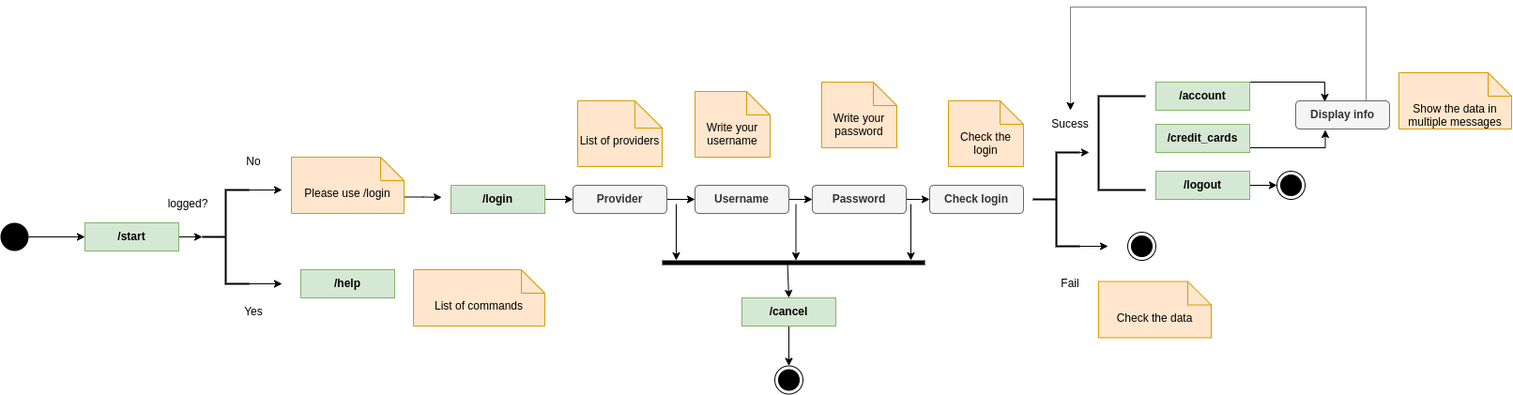
This is PrometeoTelegramDiagram.png from isaac152/prometeo_test_telegram_bot, a draw.io export, as it was before one commit. Source tidied: cells renumbered, new cells last; positions are measured from the earlier drawing's top-left corner, leaving out a move shared by most shapes.
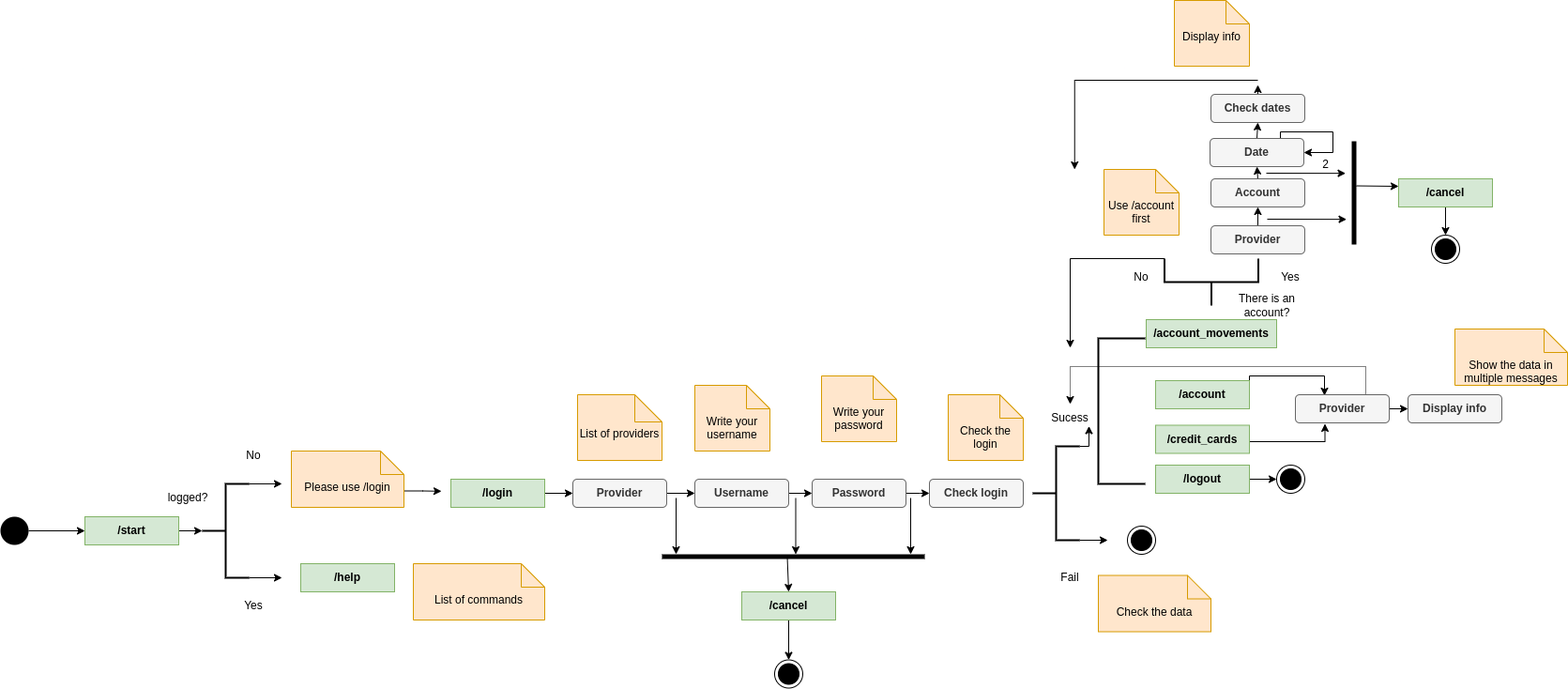
After the change.

Commit message:
added account_movements and fix some errors

The edit, as a diff of the source:
```diff
@@ -25,7 +25,7 @@
       </mxGeometry>
     </mxCell>
     <mxCell id="7" value="&lt;b&gt;/credit_cards&lt;/b&gt;" style="rounded=0;whiteSpace=wrap;html=1;fillColor=#d5e8d4;strokeColor=#82b366;" parent="1" vertex="1">
-      <mxGeometry x="1231" y="125" width="100" height="30" as="geometry" />
+      <mxGeometry x="1231" y="132.5" width="100" height="30" as="geometry" />
     </mxCell>
     <mxCell id="8" style="edgeStyle=orthogonalEdgeStyle;rounded=0;jettySize=auto;html=1;exitX=1;exitY=0.25;exitDx=0;exitDy=0;entryX=0.31;entryY=0.033;entryDx=0;entryDy=0;entryPerimeter=0;" parent="1" edge="1" source="9" target="53">
       <mxGeometry relative="1" as="geometry">
@@ -36,7 +36,7 @@
       </mxGeometry>
     </mxCell>
     <mxCell id="9" value="&lt;b&gt;/account&lt;/b&gt;" style="rounded=0;whiteSpace=wrap;html=1;fillColor=#d5e8d4;strokeColor=#82b366;" parent="1" vertex="1">
-      <mxGeometry x="1231" y="80" width="100" height="30" as="geometry" />
+      <mxGeometry x="1231" y="85" width="100" height="30" as="geometry" />
     </mxCell>
     <mxCell id="10" style="edgeStyle=orthogonalEdgeStyle;rounded=0;jettySize=auto;html=1;exitX=1;exitY=0.5;exitDx=0;exitDy=0;entryX=0;entryY=0.5;entryDx=0;entryDy=0;" parent="1" edge="1" source="11" target="51">
       <mxGeometry relative="1" as="geometry" />
@@ -179,7 +179,7 @@
       <mxGeometry x="1201" y="240" width="30" height="30" as="geometry" />
     </mxCell>
     <mxCell id="50" style="strokeWidth=2;html=1;shape=mxgraph.flowchart.annotation_1;align=left;labelBackgroundColor=none;" parent="1" vertex="1">
-      <mxGeometry x="1170" y="95" width="50" height="100" as="geometry" />
+      <mxGeometry x="1170" y="40" width="50" height="155" as="geometry" />
     </mxCell>
     <mxCell id="51" style="ellipse;html=1;shape=endState;fillColor=#000000;strokeColor=#000000;labelBackgroundColor=none;" parent="1" vertex="1">
       <mxGeometry x="1360" y="175" width="30" height="30" as="geometry" />
@@ -187,16 +187,127 @@
     <mxCell id="52" style="edgeStyle=orthogonalEdgeStyle;rounded=0;jettySize=auto;html=1;exitX=0.75;exitY=0;exitDx=0;exitDy=0;entryX=0.5;entryY=0;entryDx=0;entryDy=0;dashed=1;dashPattern=1 1;" parent="1" edge="1" source="53" target="46">
       <mxGeometry relative="1" as="geometry">
         <Array as="points">
-          <mxPoint x="1455" />
-          <mxPoint x="1140" />
+          <mxPoint x="1455" y="70" />
+          <mxPoint x="1140" y="70" />
         </Array>
       </mxGeometry>
     </mxCell>
+    <mxCell id="55" style="edgeStyle=orthogonalEdgeStyle;rounded=0;jettySize=auto;html=1;exitX=1;exitY=0.5;exitDx=0;exitDy=0;entryX=0;entryY=0.5;entryDx=0;entryDy=0;" parent="1" edge="1" source="53" target="82">
+      <mxGeometry relative="1" as="geometry" />
+    </mxCell>
-    <mxCell id="53" value="&lt;b&gt;Display info&lt;/b&gt;" style="rounded=1;whiteSpace=wrap;html=1;labelBackgroundColor=none;fillColor=#f5f5f5;fontColor=#333333;strokeColor=#666666;" parent="1" vertex="1">
+    <mxCell id="53" value="&lt;b&gt;Provider&lt;/b&gt;" style="rounded=1;whiteSpace=wrap;html=1;labelBackgroundColor=none;fillColor=#f5f5f5;fontColor=#333333;strokeColor=#666666;" parent="1" vertex="1">
       <mxGeometry x="1380" y="100" width="100" height="30" as="geometry" />
     </mxCell>
     <mxCell id="54" value="Show the data in multiple messages" style="shape=note2;boundedLbl=1;whiteSpace=wrap;html=1;size=25;verticalAlign=top;align=center;fillColor=#ffe6cc;strokeColor=#d79b00;" parent="1" vertex="1">
-      <mxGeometry x="1490" y="70" width="120" height="60" as="geometry" />
+      <mxGeometry x="1550" y="30" width="120" height="60" as="geometry" />
     </mxCell>
+    <mxCell id="56" value="&lt;b&gt;/account_movements&lt;/b&gt;" style="rounded=0;whiteSpace=wrap;html=1;fillColor=#d5e8d4;strokeColor=#82b366;" parent="1" vertex="1">
+      <mxGeometry x="1221" y="20" width="139" height="30" as="geometry" />
+    </mxCell>
+    <mxCell id="57" style="strokeWidth=2;html=1;shape=mxgraph.flowchart.annotation_2;align=left;labelPosition=right;labelBackgroundColor=none;rotation=-90;" parent="1" vertex="1">
+      <mxGeometry x="1265.5" y="-70" width="50" height="100" as="geometry" />
+    </mxCell>
+    <mxCell id="58" value="There is an account?" style="text;html=1;strokeColor=none;fillColor=none;align=center;verticalAlign=middle;whiteSpace=wrap;rounded=0;" parent="1" vertex="1">
+      <mxGeometry x="1300" y="-10" width="100" height="30" as="geometry" />
+    </mxCell>
+    <mxCell id="59" value="No" style="text;html=1;strokeColor=none;fillColor=none;align=center;verticalAlign=middle;whiteSpace=wrap;rounded=0;" parent="1" vertex="1">
+      <mxGeometry x="1186" y="-40" width="60" height="30" as="geometry" />
+    </mxCell>
+    <mxCell id="60" value="Yes" style="text;html=1;strokeColor=none;fillColor=none;align=center;verticalAlign=middle;whiteSpace=wrap;rounded=0;" parent="1" vertex="1">
+      <mxGeometry x="1345" y="-40" width="60" height="30" as="geometry" />
+    </mxCell>
+    <mxCell id="61" value="Use /account&lt;br&gt;first" style="shape=note2;boundedLbl=1;whiteSpace=wrap;html=1;size=25;verticalAlign=top;align=center;fillColor=#ffe6cc;strokeColor=#d79b00;" parent="1" vertex="1">
+      <mxGeometry x="1176" y="-140" width="80" height="70" as="geometry" />
+    </mxCell>
+    <mxCell id="62" style="endArrow=classic;html=1;rounded=0;exitX=1;exitY=0;exitDx=0;exitDy=0;exitPerimeter=0;" parent="1" edge="1" source="57">
+      <mxGeometry relative="1" as="geometry">
+        <mxPoint x="1140" y="50" as="targetPoint" />
+        <Array as="points">
+          <mxPoint x="1140" y="-45" />
+        </Array>
+      </mxGeometry>
+    </mxCell>
+    <mxCell id="63" style="edgeStyle=orthogonalEdgeStyle;rounded=0;jettySize=auto;html=1;exitX=0.5;exitY=0;exitDx=0;exitDy=0;entryX=0.5;entryY=1;entryDx=0;entryDy=0;" parent="1" edge="1" source="64" target="66">
+      <mxGeometry relative="1" as="geometry" />
+    </mxCell>
+    <mxCell id="64" value="&lt;b&gt;Provider&lt;/b&gt;" style="rounded=1;whiteSpace=wrap;html=1;labelBackgroundColor=none;fillColor=#f5f5f5;fontColor=#333333;strokeColor=#666666;" parent="1" vertex="1">
+      <mxGeometry x="1290" y="-80" width="100" height="30" as="geometry" />
+    </mxCell>
+    <mxCell id="65" style="edgeStyle=orthogonalEdgeStyle;rounded=0;jettySize=auto;html=1;exitX=0.5;exitY=0;exitDx=0;exitDy=0;entryX=0.5;entryY=1;entryDx=0;entryDy=0;" parent="1" edge="1" source="66" target="69">
+      <mxGeometry relative="1" as="geometry" />
+    </mxCell>
+    <mxCell id="66" value="&lt;b&gt;Account&lt;/b&gt;" style="rounded=1;whiteSpace=wrap;html=1;labelBackgroundColor=none;fillColor=#f5f5f5;fontColor=#333333;strokeColor=#666666;" parent="1" vertex="1">
+      <mxGeometry x="1290" y="-130" width="100" height="30" as="geometry" />
+    </mxCell>
+    <mxCell id="67" style="edgeStyle=orthogonalEdgeStyle;rounded=0;orthogonalLoop=1;jettySize=auto;html=1;exitX=0.75;exitY=0;exitDx=0;exitDy=0;entryX=1;entryY=0.5;entryDx=0;entryDy=0;" parent="1" edge="1" source="69" target="69">
+      <mxGeometry relative="1" as="geometry">
+        <Array as="points">
+          <mxPoint x="1365" y="-180" />
+          <mxPoint x="1420" y="-180" />
+          <mxPoint x="1420" y="-155" />
+        </Array>
+      </mxGeometry>
+    </mxCell>
+    <mxCell id="68" style="edgeStyle=orthogonalEdgeStyle;rounded=0;jettySize=auto;html=1;exitX=0.5;exitY=0;exitDx=0;exitDy=0;entryX=0.5;entryY=1;entryDx=0;entryDy=0;" parent="1" edge="1" source="69" target="71">
+      <mxGeometry relative="1" as="geometry" />
+    </mxCell>
+    <mxCell id="69" value="&lt;b&gt;Date&lt;/b&gt;" style="rounded=1;whiteSpace=wrap;html=1;labelBackgroundColor=none;fillColor=#f5f5f5;fontColor=#333333;strokeColor=#666666;" parent="1" vertex="1">
+      <mxGeometry x="1289" y="-173" width="100" height="30" as="geometry" />
+    </mxCell>
+    <mxCell id="70" style="edgeStyle=orthogonalEdgeStyle;rounded=0;jettySize=auto;html=1;exitX=0.5;exitY=0;exitDx=0;exitDy=0;" parent="1" edge="1" source="71">
+      <mxGeometry relative="1" as="geometry">
+        <mxPoint x="1340" y="-230" as="targetPoint" />
+      </mxGeometry>
+    </mxCell>
+    <mxCell id="71" value="&lt;b&gt;Check dates&lt;/b&gt;" style="rounded=1;whiteSpace=wrap;html=1;labelBackgroundColor=none;fillColor=#f5f5f5;fontColor=#333333;strokeColor=#666666;" parent="1" vertex="1">
+      <mxGeometry x="1290" y="-220" width="100" height="30" as="geometry" />
+    </mxCell>
+    <mxCell id="72" value="Display info" style="shape=note2;boundedLbl=1;whiteSpace=wrap;html=1;size=25;verticalAlign=top;align=center;fillColor=#ffe6cc;strokeColor=#d79b00;" parent="1" vertex="1">
+      <mxGeometry x="1251" y="-320" width="80" height="70" as="geometry" />
+    </mxCell>
+    <mxCell id="73" style="endArrow=classic;html=1;rounded=0;" parent="1" edge="1">
+      <mxGeometry relative="1" as="geometry">
+        <mxPoint x="1340" y="-235" as="sourcePoint" />
+        <mxPoint x="1144.8" y="-140" as="targetPoint" />
+        <Array as="points">
+          <mxPoint x="1144.8" y="-235" />
+        </Array>
+      </mxGeometry>
+    </mxCell>
+    <mxCell id="74" value="2" style="text;html=1;strokeColor=none;fillColor=none;align=center;verticalAlign=middle;whiteSpace=wrap;rounded=0;" parent="1" vertex="1">
+      <mxGeometry x="1400" y="-150" width="25" height="10" as="geometry" />
+    </mxCell>
+    <mxCell id="75" style="ellipse;html=1;shape=endState;fillColor=#000000;strokeColor=#000000;labelBackgroundColor=none;" parent="1" vertex="1">
+      <mxGeometry x="1525" y="-70" width="30" height="30" as="geometry" />
+    </mxCell>
+    <mxCell id="76" style="html=1;points=[];perimeter=orthogonalPerimeter;fillColor=#000000;strokeColor=none;labelBackgroundColor=none;rotation=0;" parent="1" vertex="1">
+      <mxGeometry x="1440" y="-170" width="5" height="110" as="geometry" />
+    </mxCell>
+    <mxCell id="77" style="edgeStyle=orthogonalEdgeStyle;rounded=0;jettySize=auto;html=1;exitX=0.5;exitY=1;exitDx=0;exitDy=0;entryX=0.5;entryY=0;entryDx=0;entryDy=0;" parent="1" edge="1" source="78" target="75">
+      <mxGeometry relative="1" as="geometry" />
+    </mxCell>
+    <mxCell id="78" value="&lt;b&gt;/cancel&lt;/b&gt;" style="rounded=0;whiteSpace=wrap;html=1;fillColor=#d5e8d4;strokeColor=#82b366;" parent="1" vertex="1">
+      <mxGeometry x="1490" y="-130" width="100" height="30" as="geometry" />
+    </mxCell>
+    <mxCell id="79" style="endArrow=classic;html=1;rounded=0;entryX=-1.1;entryY=0.756;entryDx=0;entryDy=0;entryPerimeter=0;" parent="1" edge="1" target="76">
+      <mxGeometry relative="1" as="geometry">
+        <mxPoint x="1350" y="-87" as="sourcePoint" />
+      </mxGeometry>
+    </mxCell>
+    <mxCell id="80" style="endArrow=classic;html=1;rounded=0;entryX=-1.1;entryY=0.756;entryDx=0;entryDy=0;entryPerimeter=0;" parent="1" edge="1">
+      <mxGeometry relative="1" as="geometry">
+        <mxPoint x="1349" y="-136" as="sourcePoint" />
+        <mxPoint x="1433.5" y="-135.8" as="targetPoint" />
+      </mxGeometry>
+    </mxCell>
+    <mxCell id="81" style="endArrow=classic;html=1;rounded=0;" parent="1" edge="1">
+      <mxGeometry relative="1" as="geometry">
+        <mxPoint x="1445" y="-122.5" as="sourcePoint" />
+        <mxPoint x="1490" y="-122" as="targetPoint" />
+      </mxGeometry>
+    </mxCell>
+    <mxCell id="82" value="&lt;b&gt;Display info&lt;/b&gt;" style="rounded=1;whiteSpace=wrap;html=1;labelBackgroundColor=none;fillColor=#f5f5f5;fontColor=#333333;strokeColor=#666666;" parent="1" vertex="1">
+      <mxGeometry x="1500" y="100" width="100" height="30" as="geometry" />
+    </mxCell>
   </root>
 </mxGraphModel>
```
